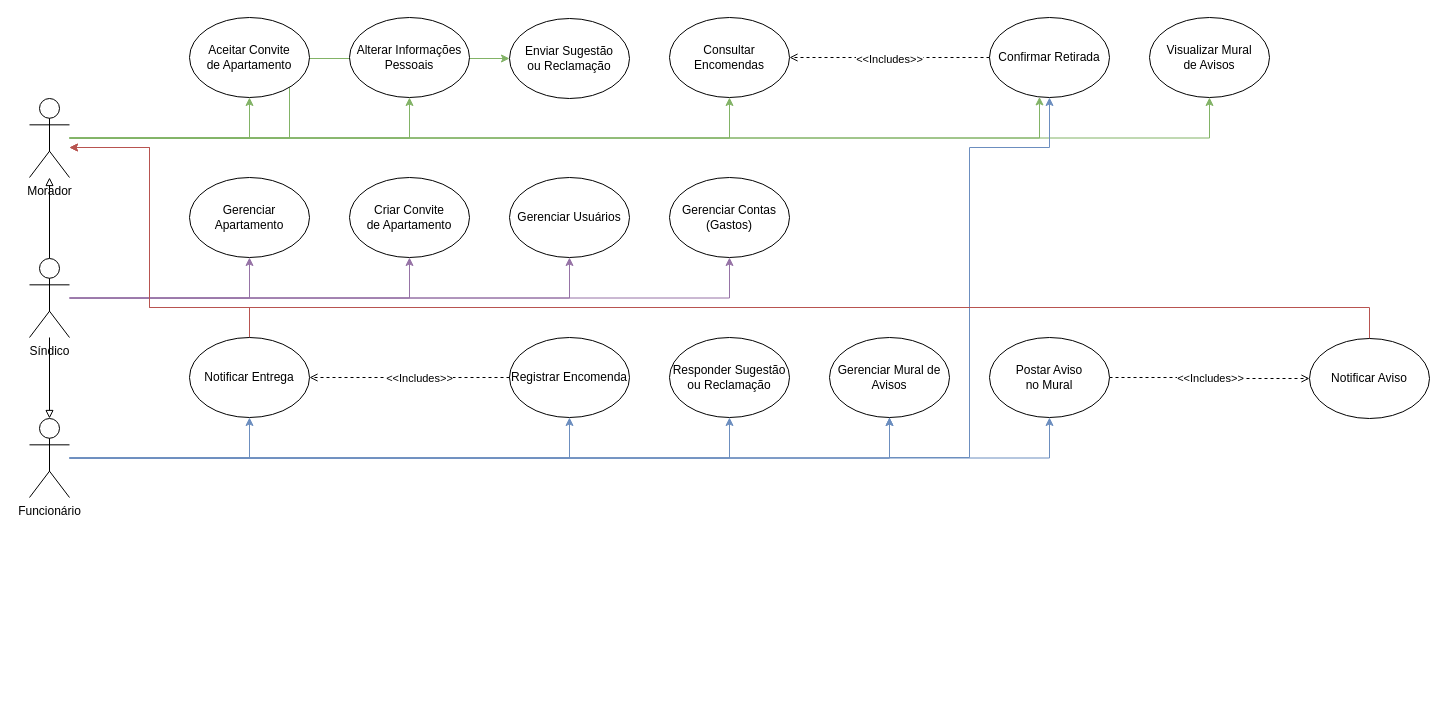
jaoppb/villa-pisani keeps this draw.io diagram as Artefatos/Casos de Uso/Diagrama.drawio. Above is the earlier version. Source tidied: cells renumbered, new cells numbered last; positions are measured from the earlier drawing's top-left corner, leaving out a move shared by most shapes. Both pictures are drawn from the tidied source at 100%, with x=0, y=0 at pixel (29, 17).
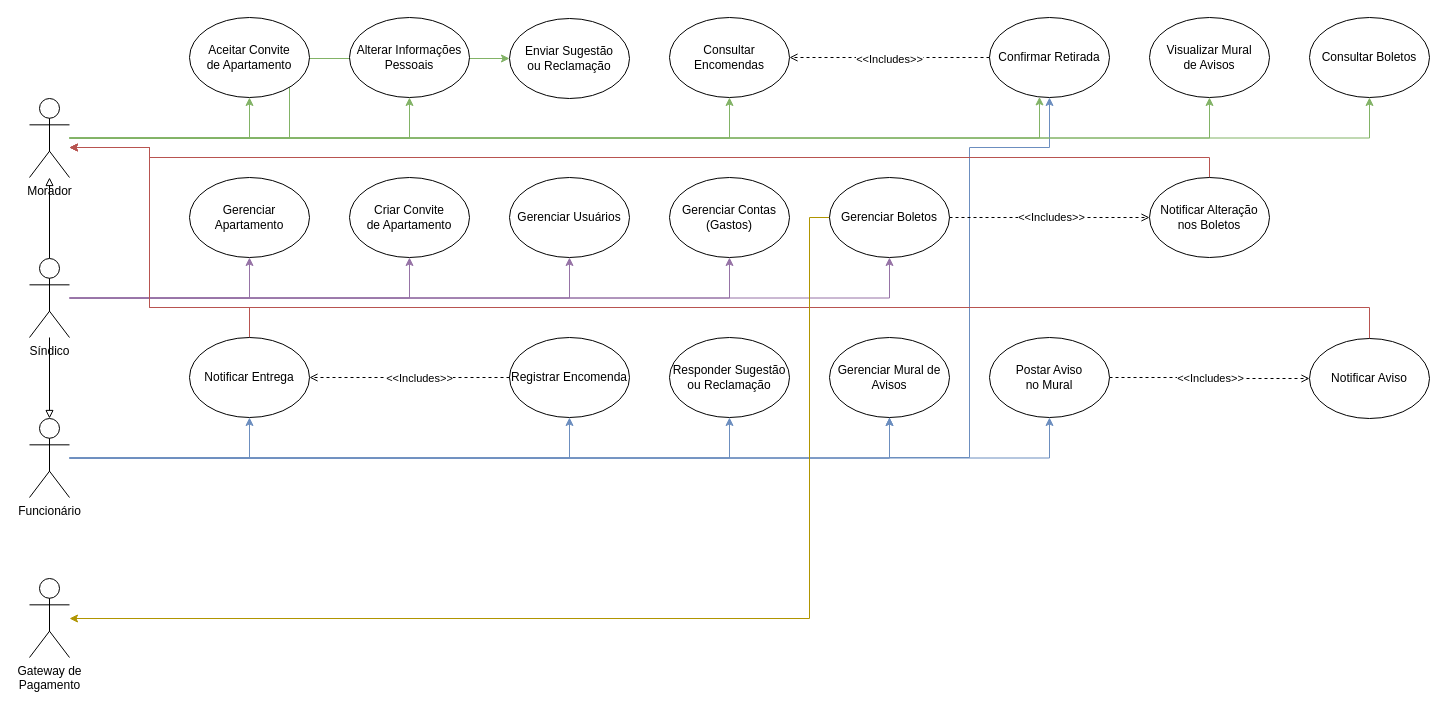
The same diagram, later.

Commit message (it also covers changes not shown here):
docs: added Bills management to use case diagram

The change refers to these unchanged cells:
```xml
<mxCell id="8" value="Morador" style="shape=umlActor;verticalLabelPosition=bottom;verticalAlign=top;html=1;outlineConnect=0;" parent="1" vertex="1">
  <mxGeometry y="81" width="40" height="79" as="geometry" />
</mxCell>
<mxCell id="14" value="Sí&lt;span style=&quot;background-color: transparent; color: light-dark(rgb(0, 0, 0), rgb(255, 255, 255));&quot;&gt;ndico&lt;/span&gt;" style="shape=umlActor;verticalLabelPosition=bottom;verticalAlign=top;html=1;outlineConnect=0;" parent="1" vertex="1">
  <mxGeometry y="241" width="40" height="79" as="geometry" />
</mxCell>
```

What changed in the source:
```diff
@@
+    <mxCell id="48" style="edgeStyle=orthogonalEdgeStyle;rounded=0;jettySize=auto;html=1;fillColor=#6a00ff;strokeColor=light-dark(#9673A6,#9577A3);" parent="1" edge="1" source="14" target="50">
+      <mxGeometry relative="1" as="geometry" />
+    </mxCell>
@@
+    <mxCell id="49" style="edgeStyle=orthogonalEdgeStyle;rounded=0;jettySize=auto;html=1;fillColor=#e3c800;strokeColor=#B09500;" parent="1" edge="1" source="50" target="55">
+      <mxGeometry relative="1" as="geometry">
+        <Array as="points">
+          <mxPoint x="780" y="200" />
+          <mxPoint x="780" y="601" />
+        </Array>
+      </mxGeometry>
+    </mxCell>
+    <mxCell id="50" value="Gerenciar Boletos" style="ellipse;whiteSpace=wrap;html=1;" parent="1" vertex="1">
+      <mxGeometry x="800" y="160" width="120" height="80" as="geometry" />
+    </mxCell>
+    <mxCell id="51" style="edgeStyle=orthogonalEdgeStyle;rounded=0;jettySize=auto;html=1;fillColor=#a20025;strokeColor=#B85450;" parent="1" edge="1" source="52" target="8">
+      <mxGeometry relative="1" as="geometry">
+        <Array as="points">
+          <mxPoint x="1180" y="140" />
+          <mxPoint x="120" y="140" />
+          <mxPoint x="120" y="130" />
+        </Array>
+      </mxGeometry>
+    </mxCell>
+    <mxCell id="52" value="Notificar Alteração&lt;div&gt;nos Boletos&lt;/div&gt;" style="ellipse;whiteSpace=wrap;html=1;" parent="1" vertex="1">
+      <mxGeometry x="1120" y="160" width="120" height="80" as="geometry" />
+    </mxCell>
+    <mxCell id="53" style="edgeStyle=orthogonalEdgeStyle;rounded=0;jettySize=auto;html=1;endArrow=open;endFill=0;dashed=1;" parent="1" edge="1" source="50" target="52">
+      <mxGeometry relative="1" as="geometry" />
+    </mxCell>
+    <mxCell id="54" value="&amp;lt;&amp;lt;Includes&amp;gt;&amp;gt;" style="edgeLabel;html=1;align=center;verticalAlign=middle;" parent="53" vertex="1">
+      <mxGeometry x="0.01" y="1" relative="1" as="geometry" />
+    </mxCell>
+    <mxCell id="55" value="Gateway de&lt;div&gt;Pagamento&lt;/div&gt;" style="shape=umlActor;verticalLabelPosition=bottom;verticalAlign=top;html=1;outlineConnect=0;" parent="1" vertex="1">
+      <mxGeometry y="561" width="40" height="79" as="geometry" />
+    </mxCell>
+    <mxCell id="56" value="Consultar Boletos" style="ellipse;whiteSpace=wrap;html=1;" parent="1" vertex="1">
+      <mxGeometry x="1280" width="120" height="80" as="geometry" />
+    </mxCell>
+    <mxCell id="57" style="edgeStyle=orthogonalEdgeStyle;rounded=0;jettySize=auto;html=1;fillColor=#d5e8d4;strokeColor=#82b366;" parent="1" edge="1" source="8" target="56">
+      <mxGeometry relative="1" as="geometry" />
+    </mxCell>
```
